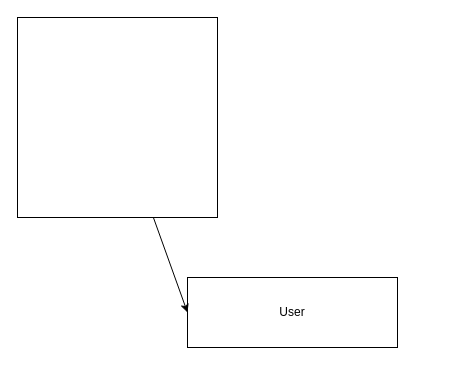
04wakeup/youtube_clone keeps this draw.io diagram as Untitled Diagram.drawio. Above is the earlier version. Source tidied: cells renumbered, new cells numbered last; positions are measured from the earlier drawing's top-left corner, leaving out a move shared by most shapes. Both pictures are drawn from the tidied source at 100%, with x=0, y=0 at pixel (17, 17).
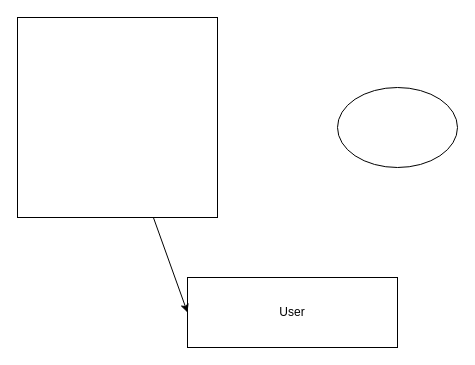
Above is the later version.

Change to the diagram source:
```diff
@@
 <mxGraphModel>
   <root>
     <mxCell id="0" />
     <mxCell id="1" parent="0" />
     <mxCell id="2" style="whiteSpace=wrap;html=1;" parent="1" vertex="1">
       <mxGeometry width="200" height="200" as="geometry" />
     </mxCell>
     <mxCell id="3" value="User" style="rounded=0;whiteSpace=wrap;html=1;" parent="1" vertex="1">
       <mxGeometry x="170" y="260" width="210" height="70" as="geometry" />
     </mxCell>
     <mxCell id="4" style="endArrow=classic;html=1;entryX=0;entryY=0.5;entryDx=0;entryDy=0;" parent="1" edge="1" source="2" target="3">
       <mxGeometry relative="1" as="geometry" />
     </mxCell>
+    <mxCell id="5" style="ellipse;whiteSpace=wrap;html=1;" parent="1" vertex="1">
+      <mxGeometry x="320" y="70" width="120" height="80" as="geometry" />
+    </mxCell>
   </root>
 </mxGraphModel>
```
